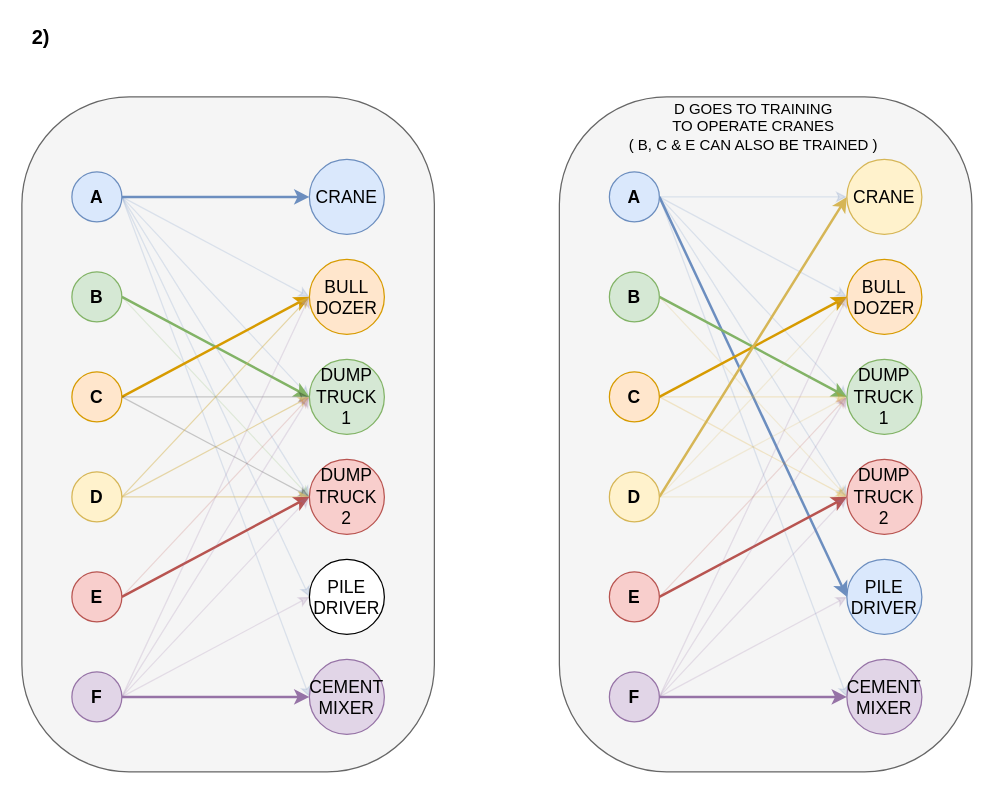
edwardayala/Diagrams keeps this draw.io diagram as HW9_2.drawio. Above is the earlier version. Source tidied: cells renumbered, new cells numbered last; positions are measured from the earlier drawing's top-left corner, leaving out a move shared by most shapes. Both pictures are drawn from the tidied source at 125%, with x=0, y=0 at pixel (21, 21).
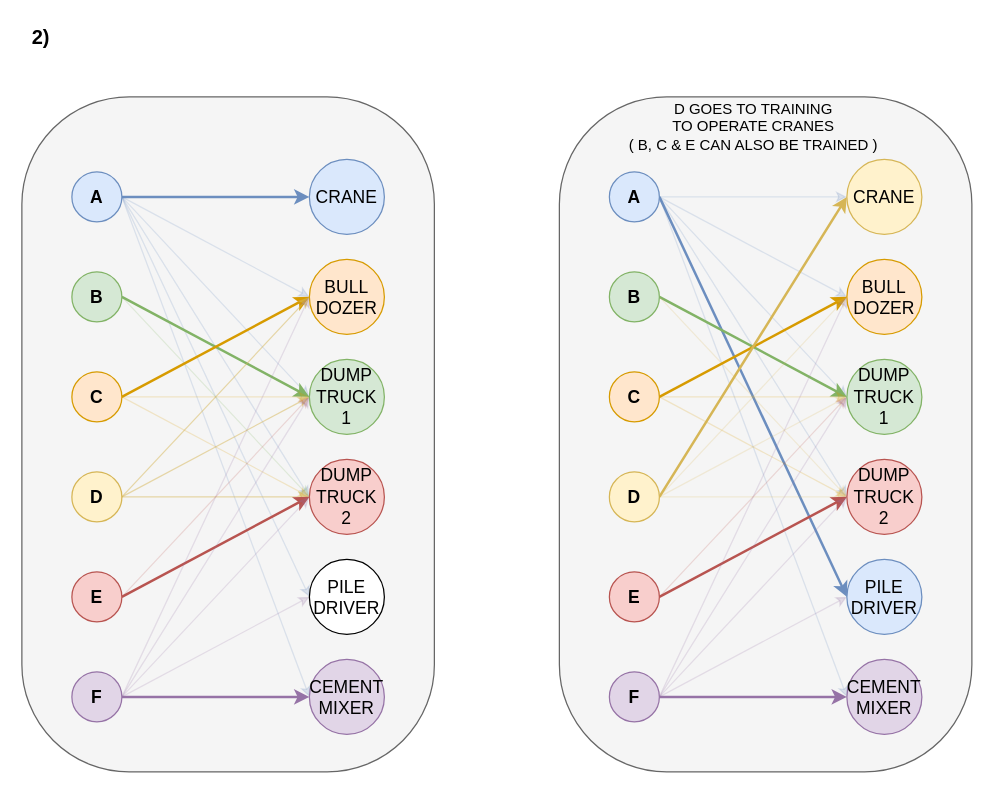
The same diagram, later.

The change refers to these unchanged cells:
```xml
<mxCell id="17" value="&lt;b style=&quot;white-space: normal&quot;&gt;&lt;font style=&quot;font-size: 14px&quot;&gt;C&lt;/font&gt;&lt;/b&gt;" style="ellipse;whiteSpace=wrap;html=1;fillColor=#ffe6cc;strokeColor=#d79b00;" parent="1" vertex="1">
  <mxGeometry x="40" y="280" width="40" height="40" as="geometry" />
</mxCell>
<mxCell id="33" value="&lt;font style=&quot;font-size: 14px&quot;&gt;DUMP&lt;br&gt;TRUCK&lt;br&gt;1&lt;/font&gt;" style="ellipse;whiteSpace=wrap;html=1;fillColor=#d5e8d4;strokeColor=#82b366;" parent="1" vertex="1">
  <mxGeometry x="230" y="270" width="60" height="60" as="geometry" />
</mxCell>
<mxCell id="34" value="&lt;font style=&quot;font-size: 14px&quot;&gt;DUMP&lt;br&gt;TRUCK&lt;br&gt;2&lt;/font&gt;" style="ellipse;whiteSpace=wrap;html=1;fillColor=#f8cecc;strokeColor=#b85450;" parent="1" vertex="1">
  <mxGeometry x="230" y="350" width="60" height="60" as="geometry" />
</mxCell>
```

What changed in the source:
```diff
@@
-    <mxCell id="15" style="edgeStyle=none;rounded=0;jettySize=auto;html=1;exitX=1;exitY=0.5;exitDx=0;exitDy=0;entryX=0;entryY=0.5;entryDx=0;entryDy=0;opacity=20;" parent="1" edge="1" source="17" target="33">
+    <mxCell id="15" style="edgeStyle=none;rounded=0;jettySize=auto;html=1;exitX=1;exitY=0.5;exitDx=0;exitDy=0;entryX=0;entryY=0.5;entryDx=0;entryDy=0;opacity=20;fillColor=#ffe6cc;strokeColor=#d79b00;" parent="1" edge="1" source="17" target="33">
       <mxGeometry relative="1" as="geometry" />
     </mxCell>
-    <mxCell id="16" style="edgeStyle=none;rounded=0;jettySize=auto;html=1;exitX=1;exitY=0.5;exitDx=0;exitDy=0;entryX=0;entryY=0.5;entryDx=0;entryDy=0;opacity=20;" parent="1" edge="1" source="17" target="34">
+    <mxCell id="16" style="edgeStyle=none;rounded=0;jettySize=auto;html=1;exitX=1;exitY=0.5;exitDx=0;exitDy=0;entryX=0;entryY=0.5;entryDx=0;entryDy=0;opacity=20;fillColor=#ffe6cc;strokeColor=#d79b00;" parent="1" edge="1" source="17" target="34">
       <mxGeometry relative="1" as="geometry" />
     </mxCell>
```
